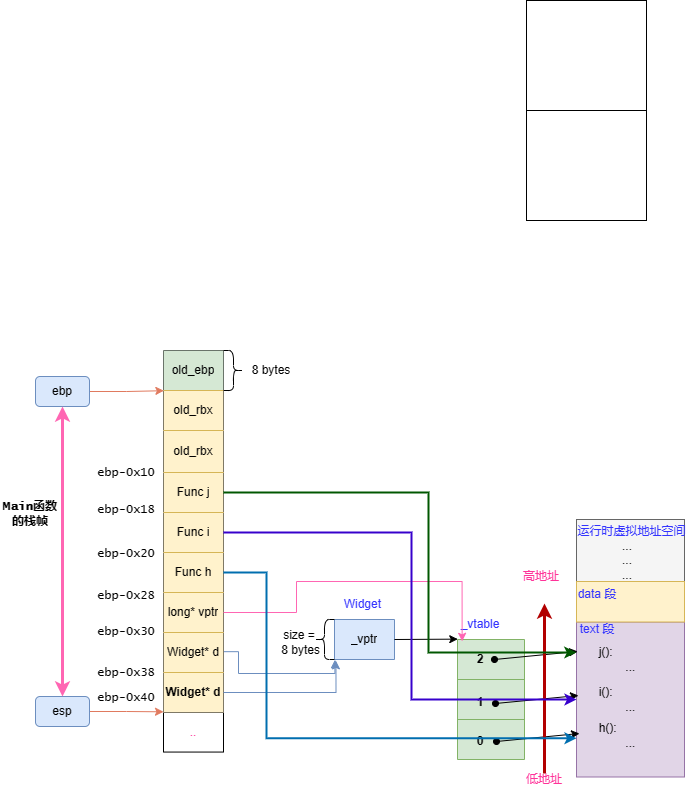
Before: C++对象模型/C++_虚函数表的存储什么.drawio.png, a diagram exported from draw.io (SixPlusAndTimes/drawio). Source tidied: cells renumbered, new cells last; positions are measured from the earlier drawing's top-left corner, leaving out a move shared by most shapes.
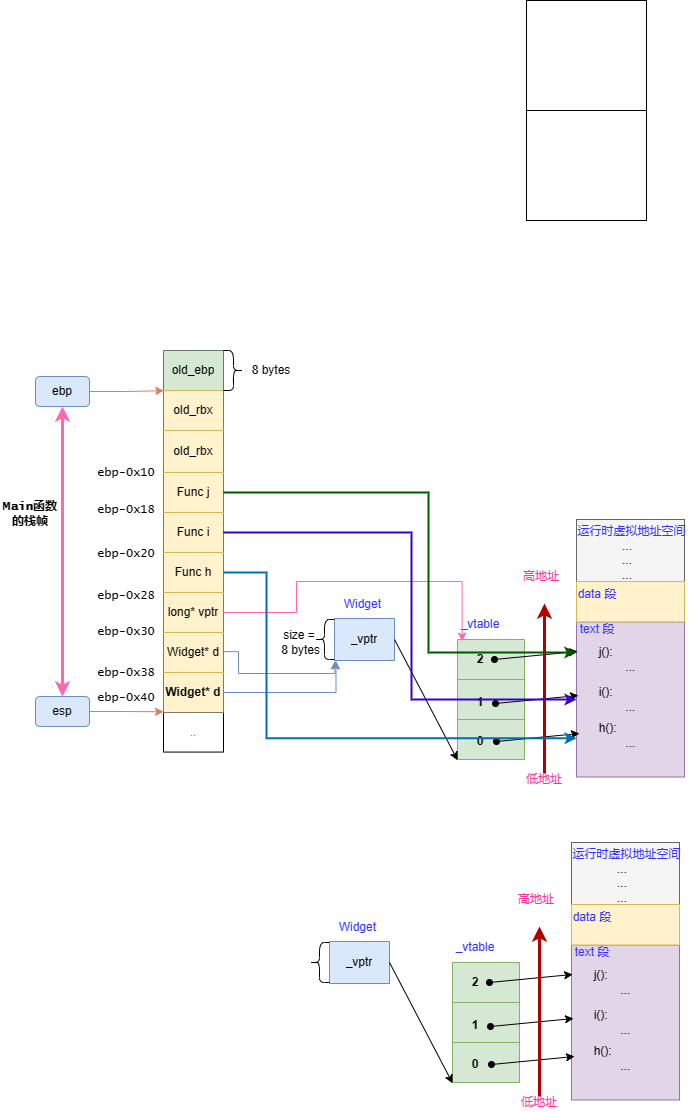
After the change.

Commit message:
更新C++_虚函数表的存储什么.drawio.png

Change to the diagram source:
```diff
@@ -12,13 +12,13 @@
       <mxGeometry relative="1" as="geometry" />
     </mxCell>
     <mxCell id="5" style="shape=table;startSize=0;fillColor=#dae8fc;strokeColor=#6c8ebf;" parent="1" vertex="1">
-      <mxGeometry x="334" y="619" width="60" height="40" as="geometry" />
+      <mxGeometry x="334" y="618" width="60" height="42" as="geometry" />
     </mxCell>
     <mxCell id="6" style="shape=tableRow;horizontal=0;startSize=0;swimlaneHead=0;swimlaneBody=0;strokeColor=inherit;top=0;left=0;bottom=0;right=0;fillColor=none;points=[[0,0.5],[1,0.5]];portConstraint=eastwest;" parent="5" vertex="1">
-      <mxGeometry width="60" height="40" as="geometry" />
+      <mxGeometry width="60" height="42" as="geometry" />
     </mxCell>
     <mxCell id="7" value="_vptr" style="shape=partialRectangle;html=1;whiteSpace=wrap;strokeColor=inherit;overflow=hidden;fillColor=none;top=0;left=0;bottom=0;right=0;" parent="6" vertex="1">
-      <mxGeometry width="60" height="40" as="geometry" />
+      <mxGeometry width="60" height="42" as="geometry" />
     </mxCell>
     <mxCell id="8" value="&lt;font color=&quot;#3333ff&quot;&gt;_vtable&lt;/font&gt;" style="text;html=1;strokeColor=none;fillColor=none;align=center;verticalAlign=middle;whiteSpace=wrap;rounded=0;" parent="1" vertex="1">
       <mxGeometry x="450" y="609" width="60" height="30" as="geometry" />
@@ -44,7 +44,7 @@
     <mxCell id="15" style="shape=partialRectangle;html=1;whiteSpace=wrap;strokeColor=inherit;overflow=hidden;fillColor=none;top=0;left=0;bottom=0;right=0;" parent="14" vertex="1">
       <mxGeometry width="67" height="40" as="geometry" />
     </mxCell>
-    <mxCell id="16" style="edgeStyle=none;rounded=0;jettySize=auto;html=1;exitX=1;exitY=0.5;exitDx=0;exitDy=0;entryX=0.004;entryY=-0.009;entryDx=0;entryDy=0;entryPerimeter=0;endArrow=classic;endFill=1;" parent="1" edge="1" source="6" target="10">
+    <mxCell id="16" style="edgeStyle=none;rounded=0;jettySize=auto;html=1;exitX=1;exitY=0.5;exitDx=0;exitDy=0;entryX=0.119;entryY=1.126;entryDx=0;entryDy=0;entryPerimeter=0;endArrow=classic;endFill=1;" parent="1" edge="1" source="6" target="36">
       <mxGeometry relative="1" as="geometry" />
     </mxCell>
     <mxCell id="17" value="&lt;font color=&quot;#3333ff&quot;&gt;Widget&amp;nbsp;&lt;/font&gt;" style="text;html=1;strokeColor=none;fillColor=none;align=center;verticalAlign=middle;whiteSpace=wrap;rounded=0;" parent="1" vertex="1">
@@ -281,5 +281,115 @@
     <mxCell id="80" value="8 bytes" style="text;html=1;strokeColor=none;fillColor=none;align=center;verticalAlign=middle;whiteSpace=wrap;rounded=0;" parent="1" vertex="1">
       <mxGeometry x="241" y="355" width="60" height="30" as="geometry" />
     </mxCell>
+    <mxCell id="81" style="shape=table;startSize=0;fillColor=#dae8fc;strokeColor=#6c8ebf;" parent="1" vertex="1">
+      <mxGeometry x="329" y="941" width="60" height="42" as="geometry" />
+    </mxCell>
+    <mxCell id="82" style="shape=tableRow;horizontal=0;startSize=0;swimlaneHead=0;swimlaneBody=0;strokeColor=inherit;top=0;left=0;bottom=0;right=0;fillColor=none;points=[[0,0.5],[1,0.5]];portConstraint=eastwest;" parent="81" vertex="1">
+      <mxGeometry width="60" height="42" as="geometry" />
+    </mxCell>
+    <mxCell id="83" value="_vptr" style="shape=partialRectangle;html=1;whiteSpace=wrap;strokeColor=inherit;overflow=hidden;fillColor=none;top=0;left=0;bottom=0;right=0;" parent="82" vertex="1">
+      <mxGeometry width="60" height="42" as="geometry" />
+    </mxCell>
+    <mxCell id="84" value="&lt;font color=&quot;#3333ff&quot;&gt;_vtable&lt;/font&gt;" style="text;html=1;strokeColor=none;fillColor=none;align=center;verticalAlign=middle;whiteSpace=wrap;rounded=0;" parent="1" vertex="1">
+      <mxGeometry x="445" y="932" width="60" height="30" as="geometry" />
+    </mxCell>
+    <mxCell id="85" style="shape=table;startSize=0;fillColor=#d5e8d4;strokeColor=#82b366;" parent="1" vertex="1">
+      <mxGeometry x="452" y="962" width="67" height="120" as="geometry" />
+    </mxCell>
+    <mxCell id="86" style="shape=tableRow;horizontal=0;startSize=0;swimlaneHead=0;swimlaneBody=0;strokeColor=inherit;top=0;left=0;bottom=0;right=0;fillColor=none;" parent="85" vertex="1">
+      <mxGeometry width="67" height="40" as="geometry" />
+    </mxCell>
+    <mxCell id="87" style="shape=partialRectangle;html=1;whiteSpace=wrap;strokeColor=inherit;overflow=hidden;fillColor=none;top=0;left=0;bottom=0;right=0;" parent="86" vertex="1">
+      <mxGeometry width="67" height="40" as="geometry" />
+    </mxCell>
+    <mxCell id="88" style="shape=tableRow;horizontal=0;startSize=0;swimlaneHead=0;swimlaneBody=0;strokeColor=inherit;top=0;left=0;bottom=0;right=0;fillColor=none;" parent="85" vertex="1">
+      <mxGeometry y="40" width="67" height="40" as="geometry" />
+    </mxCell>
+    <mxCell id="89" style="shape=partialRectangle;html=1;whiteSpace=wrap;strokeColor=inherit;overflow=hidden;fillColor=none;top=0;left=0;bottom=0;right=0;" parent="88" vertex="1">
+      <mxGeometry width="67" height="40" as="geometry" />
+    </mxCell>
+    <mxCell id="90" style="shape=tableRow;horizontal=0;startSize=0;swimlaneHead=0;swimlaneBody=0;strokeColor=inherit;top=0;left=0;bottom=0;right=0;fillColor=none;" parent="85" vertex="1">
+      <mxGeometry y="80" width="67" height="40" as="geometry" />
+    </mxCell>
+    <mxCell id="91" style="shape=partialRectangle;html=1;whiteSpace=wrap;strokeColor=inherit;overflow=hidden;fillColor=none;top=0;left=0;bottom=0;right=0;" parent="90" vertex="1">
+      <mxGeometry width="67" height="40" as="geometry" />
+    </mxCell>
+    <mxCell id="92" style="edgeStyle=none;rounded=0;jettySize=auto;html=1;exitX=1;exitY=0.5;exitDx=0;exitDy=0;entryX=0.119;entryY=1.126;entryDx=0;entryDy=0;entryPerimeter=0;endArrow=classic;endFill=1;" parent="1" edge="1" source="82" target="111">
+      <mxGeometry relative="1" as="geometry" />
+    </mxCell>
+    <mxCell id="93" value="&lt;font color=&quot;#3333ff&quot;&gt;Widget&amp;nbsp;&lt;/font&gt;" style="text;html=1;strokeColor=none;fillColor=none;align=center;verticalAlign=middle;whiteSpace=wrap;rounded=0;" parent="1" vertex="1">
+      <mxGeometry x="329" y="912" width="60" height="30" as="geometry" />
+    </mxCell>
+    <mxCell id="94" style="rounded=0;whiteSpace=wrap;html=1;fontColor=#333333;fillColor=#f5f5f5;strokeColor=#666666;" parent="1" vertex="1">
+      <mxGeometry x="571" y="842" width="108" height="257" as="geometry" />
+    </mxCell>
+    <mxCell id="95" style="rounded=0;whiteSpace=wrap;html=1;fillColor=#e1d5e7;strokeColor=#9673a6;" parent="1" vertex="1">
+      <mxGeometry x="571" y="944.5" width="108" height="155" as="geometry" />
+    </mxCell>
+    <mxCell id="96" value="&lt;font color=&quot;#3333ff&quot;&gt;text 段&lt;/font&gt;" style="text;html=1;strokeColor=none;fillColor=none;align=center;verticalAlign=middle;whiteSpace=wrap;rounded=0;" parent="1" vertex="1">
+      <mxGeometry x="562" y="937" width="60" height="30" as="geometry" />
+    </mxCell>
+    <mxCell id="97" value="&lt;div style=&quot;text-align: left;&quot;&gt;&lt;span style=&quot;color: rgb(0, 0, 0); background-color: initial;&quot;&gt;j():&lt;/span&gt;&lt;/div&gt;&lt;font color=&quot;#000000&quot;&gt;&lt;div style=&quot;text-align: left;&quot;&gt;&lt;span style=&quot;background-color: initial;&quot;&gt;&lt;span style=&quot;white-space: pre;&quot;&gt;&#9;&lt;/span&gt;...&lt;/span&gt;&lt;/div&gt;&lt;/font&gt;" style="text;html=1;strokeColor=none;fillColor=none;align=center;verticalAlign=middle;whiteSpace=wrap;rounded=0;fontColor=#3333FF;" parent="1" vertex="1">
+      <mxGeometry x="582" y="967" width="60" height="30" as="geometry" />
+    </mxCell>
+    <mxCell id="98" value="&lt;div style=&quot;text-align: left;&quot;&gt;&lt;span style=&quot;color: rgb(0, 0, 0); background-color: initial;&quot;&gt;i():&lt;/span&gt;&lt;/div&gt;&lt;font color=&quot;#000000&quot;&gt;&lt;div style=&quot;text-align: left;&quot;&gt;&lt;span style=&quot;background-color: initial;&quot;&gt;&lt;span style=&quot;white-space: pre;&quot;&gt;&#9;&lt;/span&gt;...&lt;/span&gt;&lt;/div&gt;&lt;/font&gt;" style="text;html=1;strokeColor=none;fillColor=none;align=center;verticalAlign=middle;whiteSpace=wrap;rounded=0;fontColor=#3333FF;" parent="1" vertex="1">
+      <mxGeometry x="582" y="1007" width="60" height="30" as="geometry" />
+    </mxCell>
+    <mxCell id="99" value="&lt;div style=&quot;text-align: left;&quot;&gt;&lt;span style=&quot;color: rgb(0, 0, 0); background-color: initial;&quot;&gt;h():&lt;/span&gt;&lt;/div&gt;&lt;font color=&quot;#000000&quot;&gt;&lt;div style=&quot;text-align: left;&quot;&gt;&lt;span style=&quot;background-color: initial;&quot;&gt;&lt;span style=&quot;white-space: pre;&quot;&gt;&#9;&lt;/span&gt;...&lt;/span&gt;&lt;/div&gt;&lt;/font&gt;" style="text;html=1;strokeColor=none;fillColor=none;align=center;verticalAlign=middle;whiteSpace=wrap;rounded=0;fontColor=#3333FF;" parent="1" vertex="1">
+      <mxGeometry x="582" y="1043" width="60" height="30" as="geometry" />
+    </mxCell>
+    <mxCell id="100" style="endArrow=classic;html=1;rounded=0;fontColor=#000000;startArrow=oval;startFill=1;entryX=0.011;entryY=0.19;entryDx=0;entryDy=0;entryPerimeter=0;" parent="1" edge="1" target="95">
+      <mxGeometry relative="1" as="geometry">
+        <mxPoint x="489" y="982" as="sourcePoint" />
+      </mxGeometry>
+    </mxCell>
+    <mxCell id="101" style="endArrow=classic;html=1;rounded=0;fontColor=#000000;startArrow=oval;startFill=1;entryX=0.011;entryY=0.19;entryDx=0;entryDy=0;entryPerimeter=0;" parent="1" edge="1">
+      <mxGeometry relative="1" as="geometry">
+        <mxPoint x="490" y="1026" as="sourcePoint" />
+        <mxPoint x="573" y="1018" as="targetPoint" />
+      </mxGeometry>
+    </mxCell>
+    <mxCell id="102" style="endArrow=classic;html=1;rounded=0;fontColor=#000000;startArrow=oval;startFill=1;entryX=0.011;entryY=0.19;entryDx=0;entryDy=0;entryPerimeter=0;" parent="1" edge="1">
+      <mxGeometry relative="1" as="geometry">
+        <mxPoint x="491" y="1064" as="sourcePoint" />
+        <mxPoint x="574" y="1056" as="targetPoint" />
+      </mxGeometry>
+    </mxCell>
+    <mxCell id="103" style="rounded=0;whiteSpace=wrap;html=1;fillColor=#fff2cc;strokeColor=#d6b656;" parent="1" vertex="1">
+      <mxGeometry x="571" y="904" width="108" height="40.5" as="geometry" />
+    </mxCell>
+    <mxCell id="104" value="&lt;font style=&quot;font-size: 8px;&quot; color=&quot;#3333ff&quot;&gt;运行时虚拟地址空间&lt;/font&gt;" style="text;html=1;strokeColor=none;fillColor=none;align=center;verticalAlign=middle;whiteSpace=wrap;rounded=0;" parent="1" vertex="1">
+      <mxGeometry x="571" y="840" width="111" height="27" as="geometry" />
+    </mxCell>
+    <mxCell id="105" value="&lt;font color=&quot;#3333ff&quot;&gt;data 段&lt;/font&gt;" style="text;html=1;strokeColor=none;fillColor=none;align=center;verticalAlign=middle;whiteSpace=wrap;rounded=0;" parent="1" vertex="1">
+      <mxGeometry x="562" y="902" width="60" height="30" as="geometry" />
+    </mxCell>
+    <mxCell id="106" value="...&lt;br&gt;...&lt;br&gt;..." style="text;html=1;strokeColor=none;fillColor=none;align=center;verticalAlign=middle;whiteSpace=wrap;rounded=0;fontSize=8;fontColor=#000000;" parent="1" vertex="1">
+      <mxGeometry x="592" y="870" width="60" height="26" as="geometry" />
+    </mxCell>
+    <mxCell id="107" style="shape=curlyBracket;whiteSpace=wrap;html=1;rounded=1;labelPosition=left;verticalLabelPosition=middle;align=right;verticalAlign=middle;fontSize=8;fontColor=#000000;fillColor=none;" parent="1" vertex="1">
+      <mxGeometry x="309" y="942" width="20" height="40" as="geometry" />
+    </mxCell>
+    <mxCell id="108" style="endArrow=classic;html=1;rounded=0;fontColor=#000000;startArrow=none;startFill=0;strokeWidth=3;fillColor=#e51400;strokeColor=#B20000;" parent="1" edge="1">
+      <mxGeometry relative="1" as="geometry">
+        <mxPoint x="539" y="1096" as="sourcePoint" />
+        <mxPoint x="539" y="926" as="targetPoint" />
+      </mxGeometry>
+    </mxCell>
+    <mxCell id="109" value="&lt;font style=&quot;font-size: 11px;&quot; color=&quot;#ff3399&quot;&gt;低地址&lt;/font&gt;" style="text;html=1;strokeColor=none;fillColor=none;align=center;verticalAlign=middle;whiteSpace=wrap;rounded=0;" parent="1" vertex="1">
+      <mxGeometry x="519" y="1093" width="40" height="17" as="geometry" />
+    </mxCell>
+    <mxCell id="110" value="&lt;font style=&quot;font-size: 11px;&quot; color=&quot;#ff3399&quot;&gt;高地址&lt;/font&gt;" style="text;html=1;strokeColor=none;fillColor=none;align=center;verticalAlign=middle;whiteSpace=wrap;rounded=0;" parent="1" vertex="1">
+      <mxGeometry x="516" y="890" width="40" height="17" as="geometry" />
+    </mxCell>
+    <mxCell id="111" value="&lt;div style=&quot;text-align: left;&quot;&gt;&lt;font color=&quot;#000000&quot;&gt;&lt;b&gt;0&lt;/b&gt;&lt;/font&gt;&lt;/div&gt;" style="text;html=1;strokeColor=none;fillColor=none;align=center;verticalAlign=middle;whiteSpace=wrap;rounded=0;fontColor=#3333FF;" parent="1" vertex="1">
+      <mxGeometry x="445" y="1049" width="60" height="30" as="geometry" />
+    </mxCell>
+    <mxCell id="112" value="&lt;div style=&quot;text-align: left;&quot;&gt;&lt;font color=&quot;#000000&quot;&gt;&lt;b&gt;1&lt;/b&gt;&lt;/font&gt;&lt;/div&gt;" style="text;html=1;strokeColor=none;fillColor=none;align=center;verticalAlign=middle;whiteSpace=wrap;rounded=0;fontColor=#3333FF;" parent="1" vertex="1">
+      <mxGeometry x="445" y="1010" width="60" height="30" as="geometry" />
+    </mxCell>
+    <mxCell id="113" value="&lt;div style=&quot;text-align: left;&quot;&gt;&lt;font color=&quot;#000000&quot;&gt;&lt;b&gt;2&lt;/b&gt;&lt;/font&gt;&lt;/div&gt;" style="text;html=1;strokeColor=none;fillColor=none;align=center;verticalAlign=middle;whiteSpace=wrap;rounded=0;fontColor=#3333FF;" parent="1" vertex="1">
+      <mxGeometry x="445" y="967" width="60" height="30" as="geometry" />
+    </mxCell>
   </root>
 </mxGraphModel>
```
